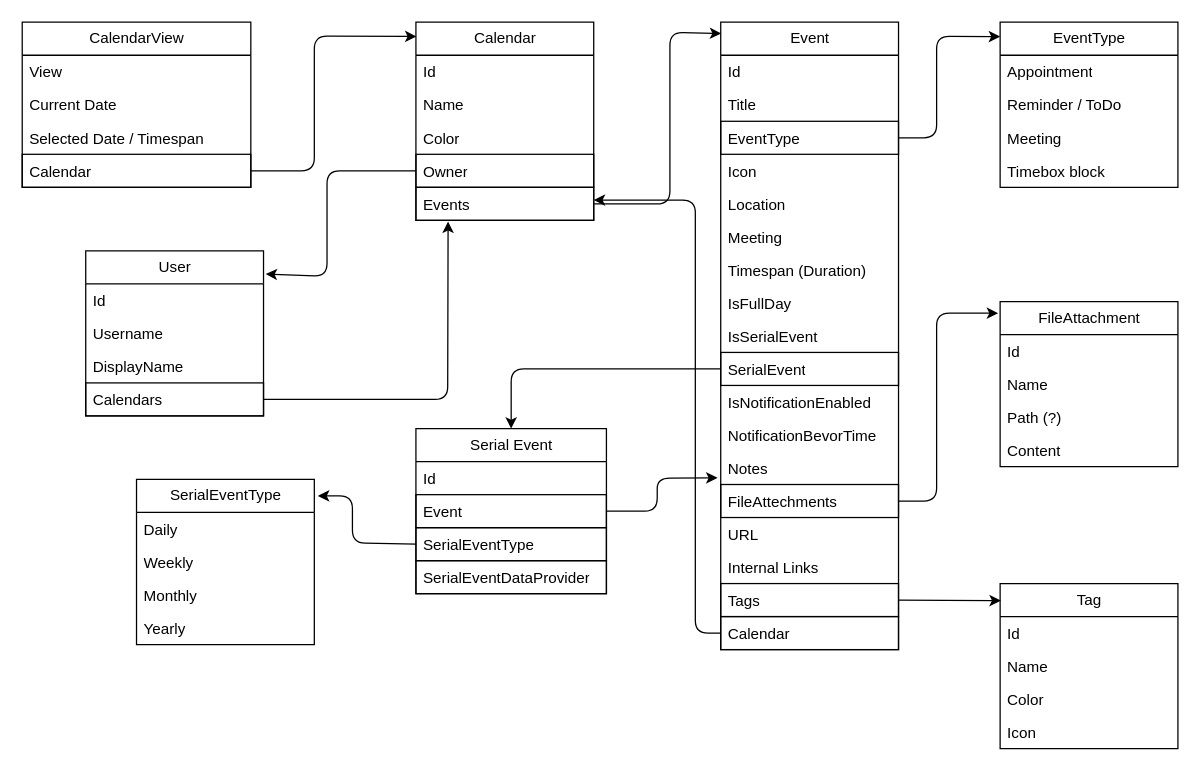
Before: page "Domain" (1 of 2) of Architecture/Domains/Calendar.drawio in TodoXpress/Documentation, a draw.io diagram. Source tidied: cells renumbered, new cells numbered last; positions are measured from the earlier drawing's top-left corner, leaving out a move shared by most shapes. Both pictures are drawn from the tidied source at 127%, with x=0, y=0 at pixel (22, 22).
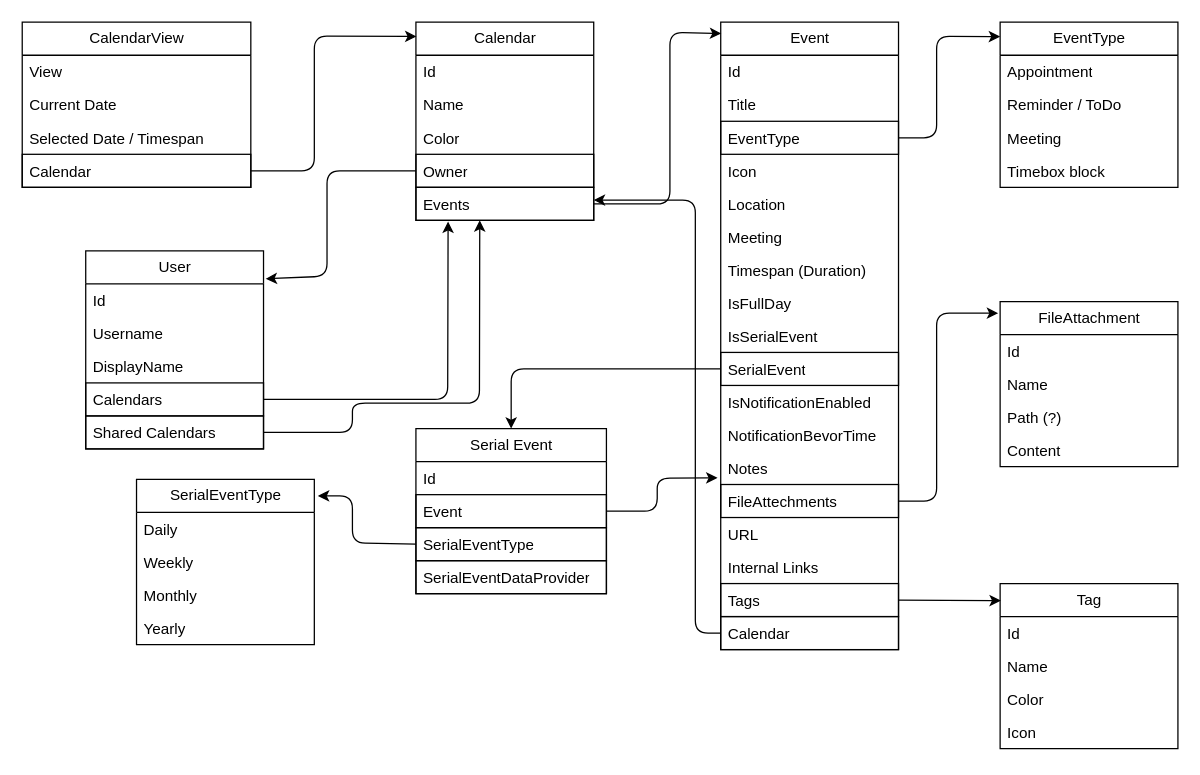
The same page after the edit.

Commit message:
add shared calendars

Unchanged cells that the change refers to:
```xml
<mxCell id="12" value="Events" style="text;strokeColor=default;fillColor=none;align=left;verticalAlign=top;spacingLeft=4;spacingRight=4;overflow=hidden;points=[[0,0.5],[1,0.5]];portConstraint=eastwest;whiteSpace=wrap;html=1;" parent="7" vertex="1">
  <mxGeometry y="130" width="140" height="26" as="geometry" />
</mxCell>
```

The edit, as a diff of the source:
```diff
@@
     <mxCell id="41" value="User" style="swimlane;fontStyle=0;horizontal=1;startSize=26;fillColor=none;html=1;strokeColor=default;" parent="1" vertex="1">
-      <mxGeometry x="50" y="180" width="140" height="130" as="geometry" />
+      <mxGeometry x="50" y="180" width="140" height="156" as="geometry" />
     </mxCell>
@@
+    <mxCell id="73" value="Shared Calendars" style="text;strokeColor=default;fillColor=none;align=left;verticalAlign=top;spacingLeft=4;spacingRight=4;overflow=hidden;points=[[0,0.5],[1,0.5]];portConstraint=eastwest;whiteSpace=wrap;html=1;" parent="41" vertex="1">
+      <mxGeometry y="130" width="140" height="26" as="geometry" />
+    </mxCell>
@@
+    <mxCell id="74" style="edgeStyle=none;html=1;exitX=1;exitY=0.5;exitDx=0;exitDy=0;entryX=0.359;entryY=1;entryDx=0;entryDy=0;entryPerimeter=0;" parent="1" edge="1" source="73" target="12">
+      <mxGeometry relative="1" as="geometry">
+        <Array as="points">
+          <mxPoint x="260" y="323" />
+          <mxPoint x="260" y="300" />
+          <mxPoint x="360" y="300" />
+        </Array>
+      </mxGeometry>
+    </mxCell>
```
